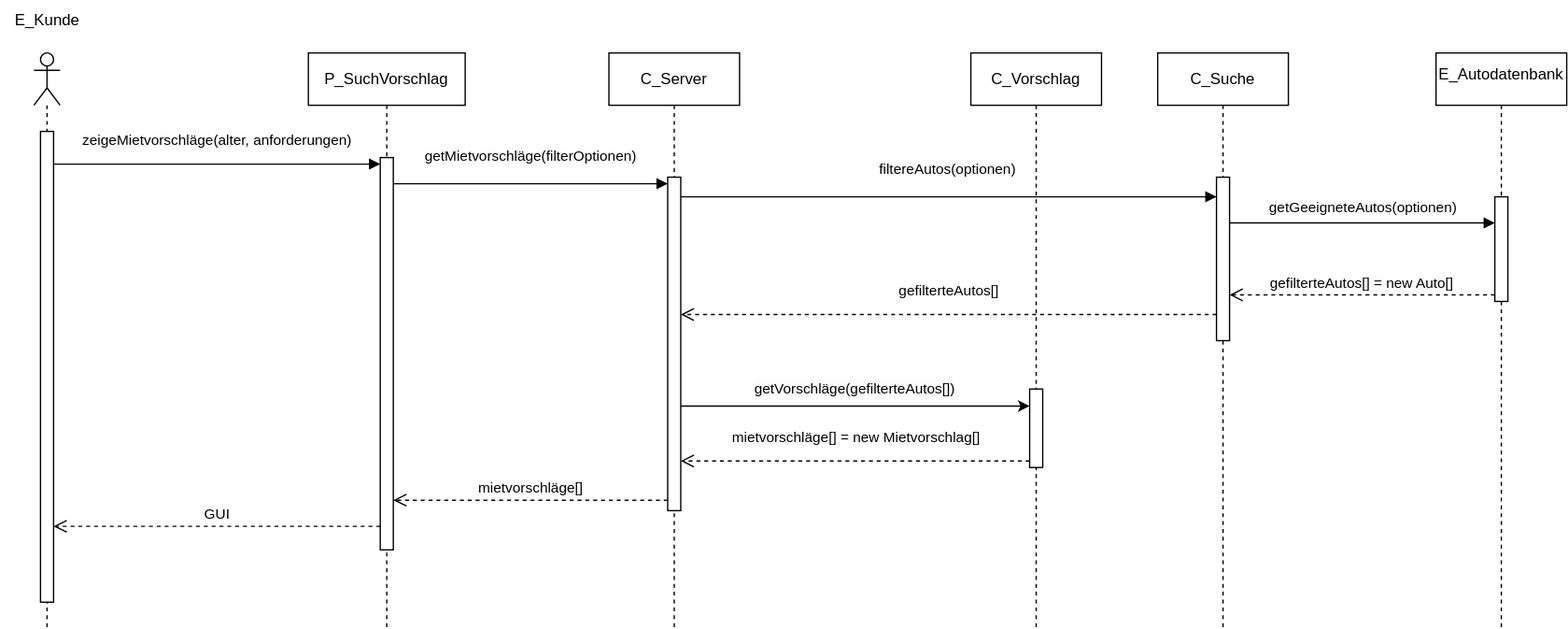
Before: sw-eng-05.drawio.svg, a diagram exported from draw.io (MassimiIiano/software-eng-projects-uni). Source tidied: cells renumbered, new cells last; positions are measured from the earlier drawing's top-left corner, leaving out a move shared by most shapes.
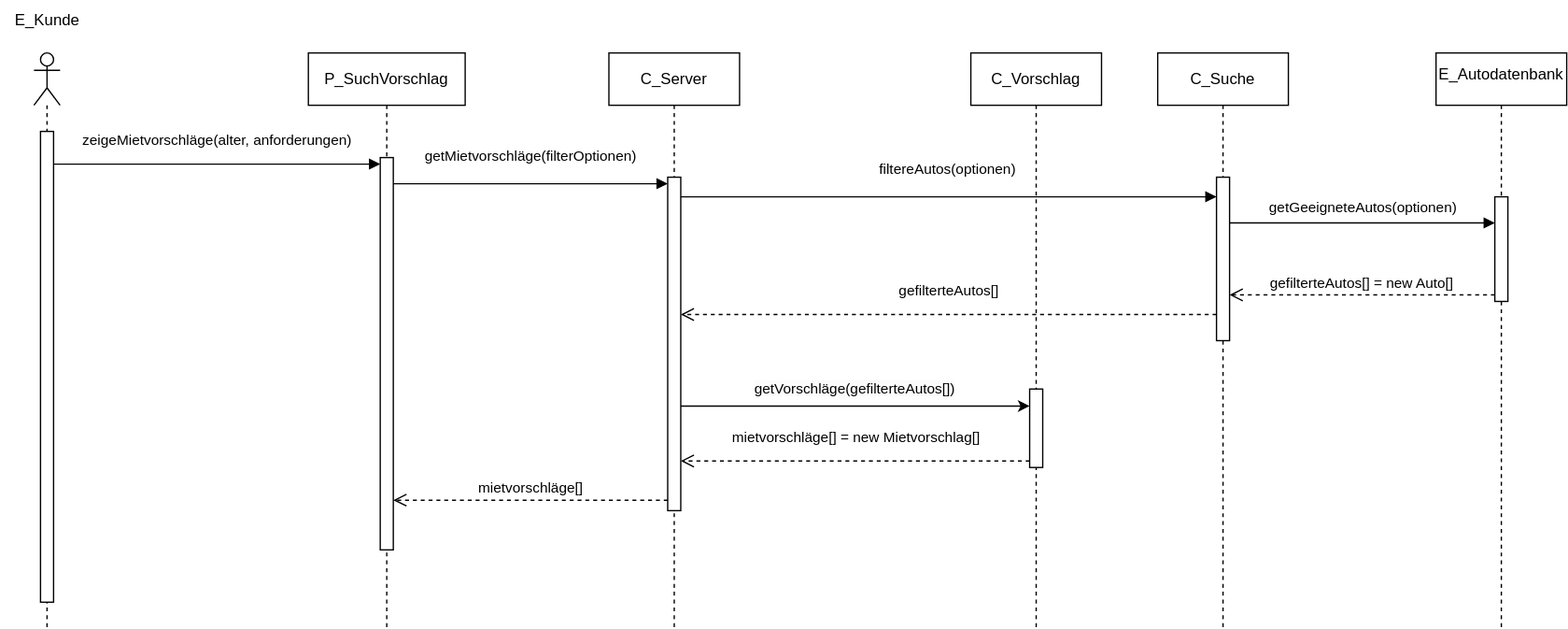
Above is the later version.

Commit message:
Removed GUI labal

The edit, as a diff of the source:
```diff
@@ -29,12 +29,6 @@
     <mxCell id="10" value="&lt;table&gt;&lt;tbody&gt;&lt;tr&gt;&lt;td&gt;zeigeMietvorschläge(alter, anforderungen)&lt;/td&gt;&lt;/tr&gt;&lt;/tbody&gt;&lt;/table&gt;&lt;table&gt;&lt;tbody&gt;&lt;tr&gt;&lt;td&gt;&lt;/td&gt;&lt;/tr&gt;&lt;/tbody&gt;&lt;/table&gt;" style="html=1;verticalAlign=bottom;endArrow=block;curved=0;rounded=0;entryX=0;entryY=0;entryDx=0;entryDy=5;" parent="1" edge="1" source="3" target="5">
       <mxGeometry relative="1" as="geometry" />
     </mxCell>
-    <mxCell id="11" value="GUI" style="html=1;verticalAlign=bottom;endArrow=open;dashed=1;endSize=8;curved=0;rounded=0;exitX=0;exitY=1;exitDx=0;exitDy=-5;" parent="1" edge="1">
-      <mxGeometry relative="1" as="geometry">
-        <mxPoint x="290" y="402" as="sourcePoint" />
-        <mxPoint x="40" y="402" as="targetPoint" />
-      </mxGeometry>
-    </mxCell>
     <mxCell id="12" value="&lt;table&gt;&lt;tbody&gt;&lt;tr&gt;&lt;td&gt;&lt;table&gt;&lt;tbody&gt;&lt;tr&gt;&lt;td&gt;getMietvorschläge(filterOptionen)&lt;/td&gt;&lt;/tr&gt;&lt;/tbody&gt;&lt;/table&gt;&lt;table&gt;&lt;tbody&gt;&lt;tr&gt;&lt;td&gt;&lt;/td&gt;&lt;/tr&gt;&lt;/tbody&gt;&lt;/table&gt;&lt;table&gt;&lt;tbody&gt;&lt;tr&gt;&lt;/tr&gt;&lt;/tbody&gt;&lt;/table&gt;&lt;/td&gt;&lt;/tr&gt;&lt;/tbody&gt;&lt;/table&gt;" style="html=1;verticalAlign=bottom;endArrow=block;curved=0;rounded=0;entryX=0;entryY=0;entryDx=0;entryDy=5;entryPerimeter=0;" parent="1" edge="1" source="5" target="21">
       <mxGeometry relative="1" as="geometry" />
     </mxCell>
```
